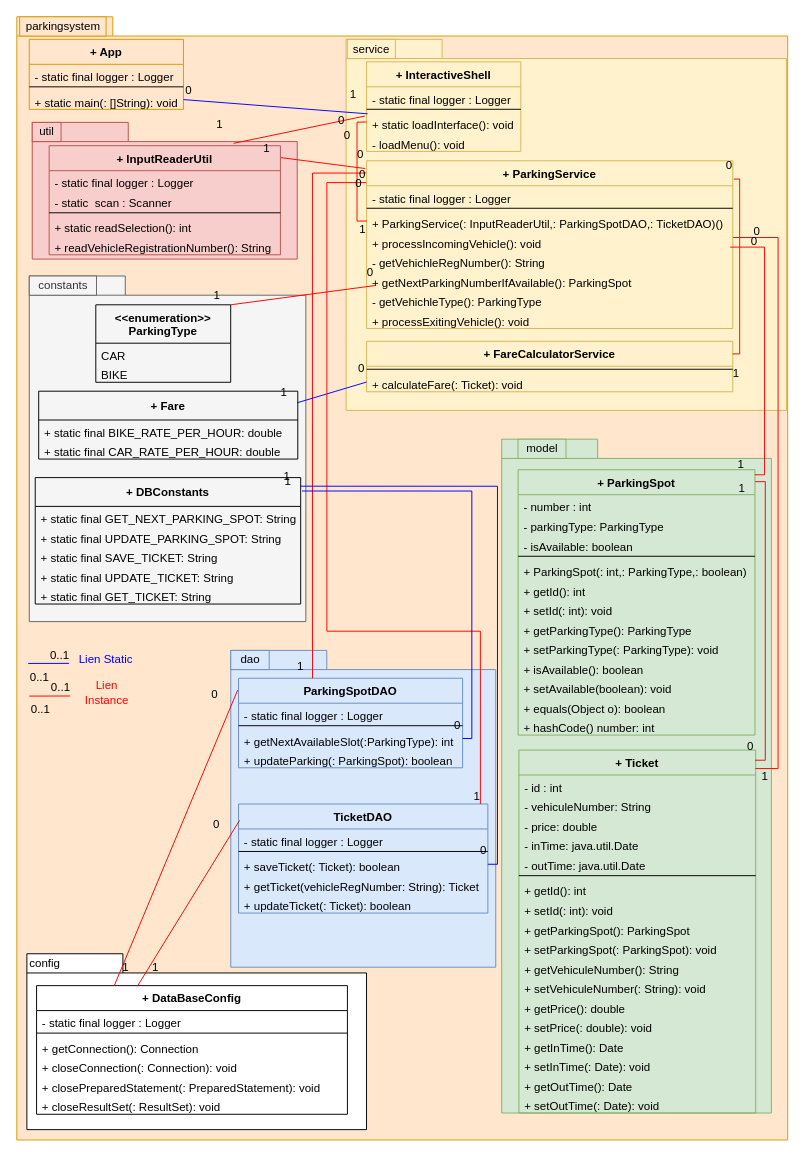
The draw.io diagram page "beforeAll" (1 of 2) of UML/classDiagram.drawio in emmo78/parkingsystem, before the edit. Source tidied: cells renumbered, new cells numbered last; positions are measured from the earlier drawing's top-left corner, leaving out a move shared by most shapes. Both pictures are drawn from the tidied source at 96%, with x=0, y=0 at pixel (16, 16).
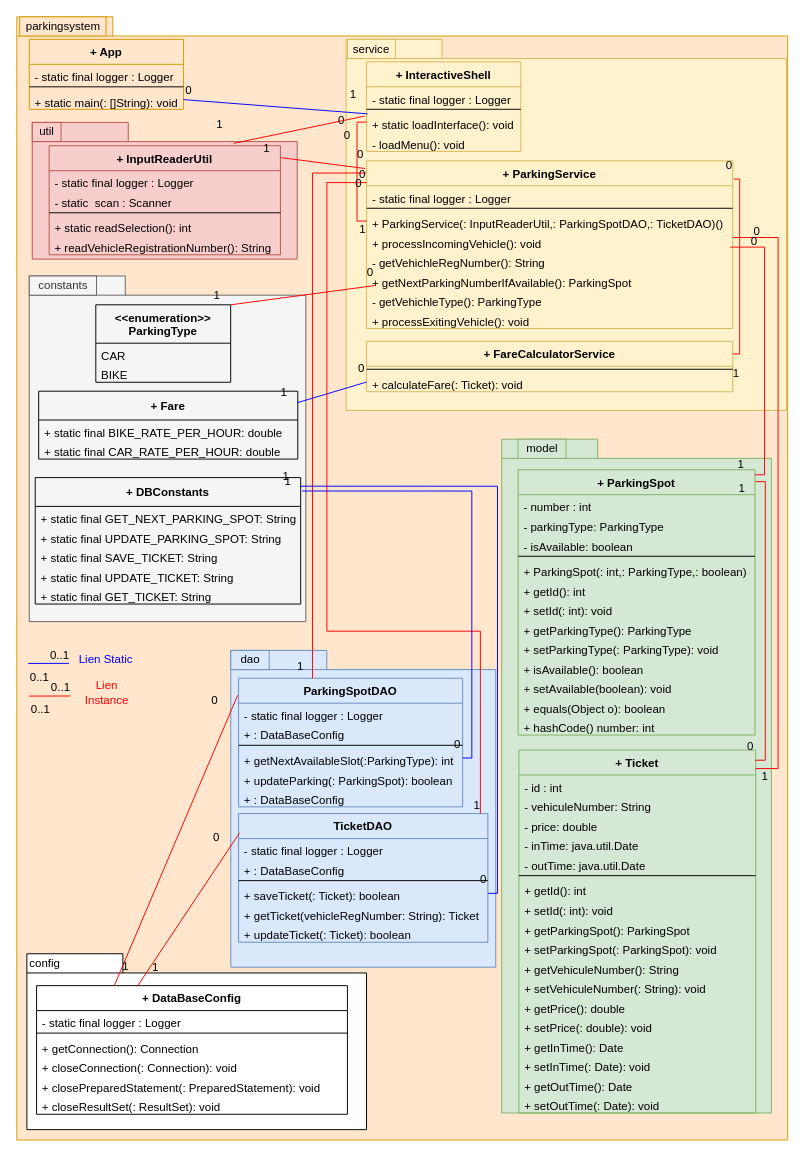
The same page after the edit.

The change refers to these unchanged cells:
```xml
<mxCell id="66" value="+ DBConstants" style="swimlane;fontStyle=1;horizontal=1;startSize=30;fillColor=none;" parent="1" vertex="1">
  <mxGeometry x="19.2" y="480" width="276.5" height="131.7" as="geometry" />
</mxCell>
```

Diff of the diagram source:
```diff
@@
     <mxCell id="5" value="ParkingSpotDAO" style="swimlane;fontStyle=1;align=center;verticalAlign=top;horizontal=1;startSize=26;fillColor=#dae8fc;strokeColor=#6c8ebf;" parent="1" vertex="1">
-      <mxGeometry x="231" y="689" width="233.4" height="93.3" as="geometry" />
+      <mxGeometry x="231" y="689" width="233.4" height="134" as="geometry" />
     </mxCell>
@@
+    <mxCell id="162" value="+ : DataBaseConfig" style="text;strokeColor=none;fillColor=none;align=left;verticalAlign=top;spacingLeft=4;spacingRight=4;overflow=hidden;" parent="5" vertex="1">
+      <mxGeometry y="46.3" width="233.4" height="20.3" as="geometry" />
+    </mxCell>
     <mxCell id="7" style="line;strokeWidth=1;fillColor=none;align=left;verticalAlign=middle;spacingTop=-1;spacingLeft=3;spacingRight=3;labelPosition=right;" parent="5" vertex="1">
-      <mxGeometry y="46.3" width="233.4" height="6.3" as="geometry" />
+      <mxGeometry y="66.7" width="233.4" height="6.3" as="geometry" />
     </mxCell>
     <mxCell id="8" value="+ getNextAvailableSlot(:ParkingType): int " style="text;strokeColor=none;fillColor=none;align=left;verticalAlign=top;spacingLeft=4;spacingRight=4;overflow=hidden;points=[[0,0.5],[1,0.5]];portConstraint=eastwest;" parent="5" vertex="1">
-      <mxGeometry y="52.6" width="233.4" height="20.3" as="geometry" />
+      <mxGeometry y="72.9" width="233.4" height="20.3" as="geometry" />
     </mxCell>
     <mxCell id="9" value="+ updateParking(: ParkingSpot): boolean" style="text;strokeColor=none;fillColor=none;align=left;verticalAlign=top;spacingLeft=4;spacingRight=4;overflow=hidden;" parent="5" vertex="1">
-      <mxGeometry y="72.9" width="233.4" height="20.3" as="geometry" />
+      <mxGeometry y="93.3" width="233.4" height="20.3" as="geometry" />
     </mxCell>
+    <mxCell id="163" value="+ : DataBaseConfig" style="text;strokeColor=none;fillColor=none;align=left;verticalAlign=top;spacingLeft=4;spacingRight=4;overflow=hidden;" parent="5" vertex="1">
+      <mxGeometry y="113.6" width="233.4" height="20.3" as="geometry" />
+    </mxCell>
     <mxCell id="10" value="TicketDAO" style="swimlane;fontStyle=1;align=center;verticalAlign=top;horizontal=1;startSize=26;fillColor=#dae8fc;strokeColor=#6c8ebf;" parent="1" vertex="1">
-      <mxGeometry x="231" y="820" width="259.7" height="113.6" as="geometry" />
+      <mxGeometry x="231" y="830" width="259.7" height="134" as="geometry" />
     </mxCell>
@@
+    <mxCell id="164" value="+ : DataBaseConfig" style="text;strokeColor=none;fillColor=none;align=left;verticalAlign=top;spacingLeft=4;spacingRight=4;overflow=hidden;" parent="10" vertex="1">
+      <mxGeometry y="46.3" width="259.7" height="20.3" as="geometry" />
+    </mxCell>
     <mxCell id="12" style="line;strokeWidth=1;fillColor=none;align=left;verticalAlign=middle;spacingTop=-1;spacingLeft=3;spacingRight=3;labelPosition=right;" parent="10" vertex="1">
-      <mxGeometry y="46.3" width="259.7" height="6.3" as="geometry" />
+      <mxGeometry y="66.7" width="259.7" height="6.3" as="geometry" />
     </mxCell>
     <mxCell id="13" value="+ saveTicket(: Ticket): boolean" style="text;strokeColor=none;fillColor=none;align=left;verticalAlign=top;spacingLeft=4;spacingRight=4;overflow=hidden;points=[[0,0.5],[1,0.5]];portConstraint=eastwest;" parent="10" vertex="1">
-      <mxGeometry y="52.6" width="259.7" height="20.3" as="geometry" />
+      <mxGeometry y="72.9" width="259.7" height="20.3" as="geometry" />
     </mxCell>
     <mxCell id="14" value="+ getTicket(vehicleRegNumber: String): Ticket" style="text;strokeColor=none;fillColor=none;align=left;verticalAlign=top;spacingLeft=4;spacingRight=4;overflow=hidden;" parent="10" vertex="1">
-      <mxGeometry y="72.9" width="259.7" height="20.3" as="geometry" />
+      <mxGeometry y="93.3" width="259.7" height="20.3" as="geometry" />
     </mxCell>
     <mxCell id="15" value="+ updateTicket(: Ticket): boolean" style="text;strokeColor=none;fillColor=none;align=left;verticalAlign=top;spacingLeft=4;spacingRight=4;overflow=hidden;" parent="10" vertex="1">
-      <mxGeometry y="93.3" width="259.7" height="20.3" as="geometry" />
+      <mxGeometry y="113.6" width="259.7" height="20.3" as="geometry" />
     </mxCell>
@@
     <mxCell id="145" style="endArrow=none;html=1;rounded=0;align=center;verticalAlign=top;endFill=0;labelBackgroundColor=none;entryX=1.005;entryY=0.106;entryDx=0;entryDy=0;strokeColor=#0000FF;exitX=1;exitY=0.5;exitDx=0;exitDy=0;entryPerimeter=0;edgeStyle=orthogonalEdgeStyle;" parent="1" edge="1" source="8" target="66">
       <mxGeometry relative="1" as="geometry">
         <Array as="points">
-          <mxPoint x="474" y="752" />
+          <mxPoint x="474" y="772" />
           <mxPoint x="474" y="494" />
         </Array>
       </mxGeometry>
     </mxCell>
```
